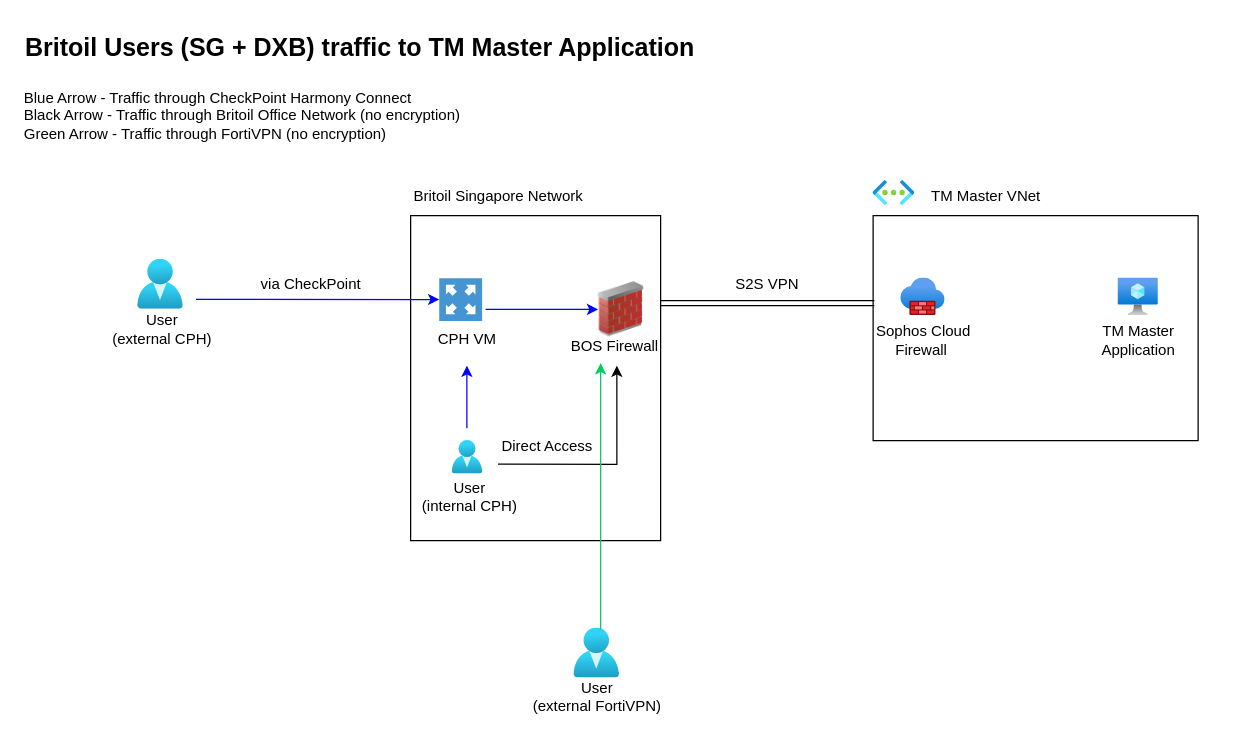
The draw.io diagram Britoil.drawio in aung-soepaing/DrawIO, before the edit. Source tidied: cells renumbered, new cells numbered last; positions are measured from the earlier drawing's top-left corner, leaving out a move shared by most shapes. Both pictures are drawn from the tidied source at 125%, with x=0, y=0 at pixel (21, 21).
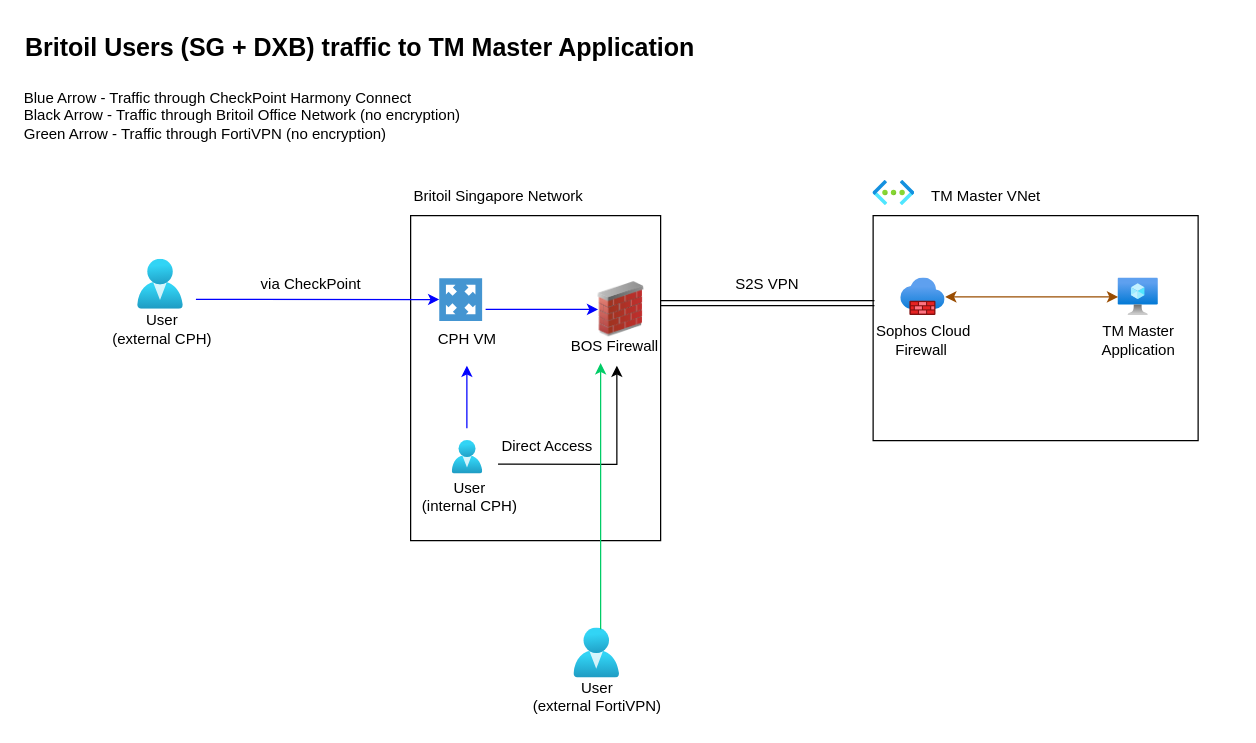
The same page after the edit.

Unchanged cells that the change refers to:
```xml
<mxCell id="12" style="image;html=1;points=[];align=center;fontSize=12;image=img/lib/azure2/compute/Virtual_Machine.svg;" parent="11" vertex="1">
  <mxGeometry x="46" width="32.3" height="30" as="geometry" />
</mxCell>
<mxCell id="15" style="image;html=1;points=[];align=center;fontSize=12;image=img/lib/azure2/networking/Firewalls.svg;" parent="14" vertex="1">
  <mxGeometry x="32.2" width="35.5" height="30" as="geometry" />
</mxCell>
```

What changed in the source:
```diff
@@
+    <mxCell id="42" style="endArrow=classic;startArrow=classic;html=1;rounded=0;strokeColor=#994C00;" parent="1" edge="1" source="15" target="12">
+      <mxGeometry relative="1" as="geometry" />
+    </mxCell>
```
